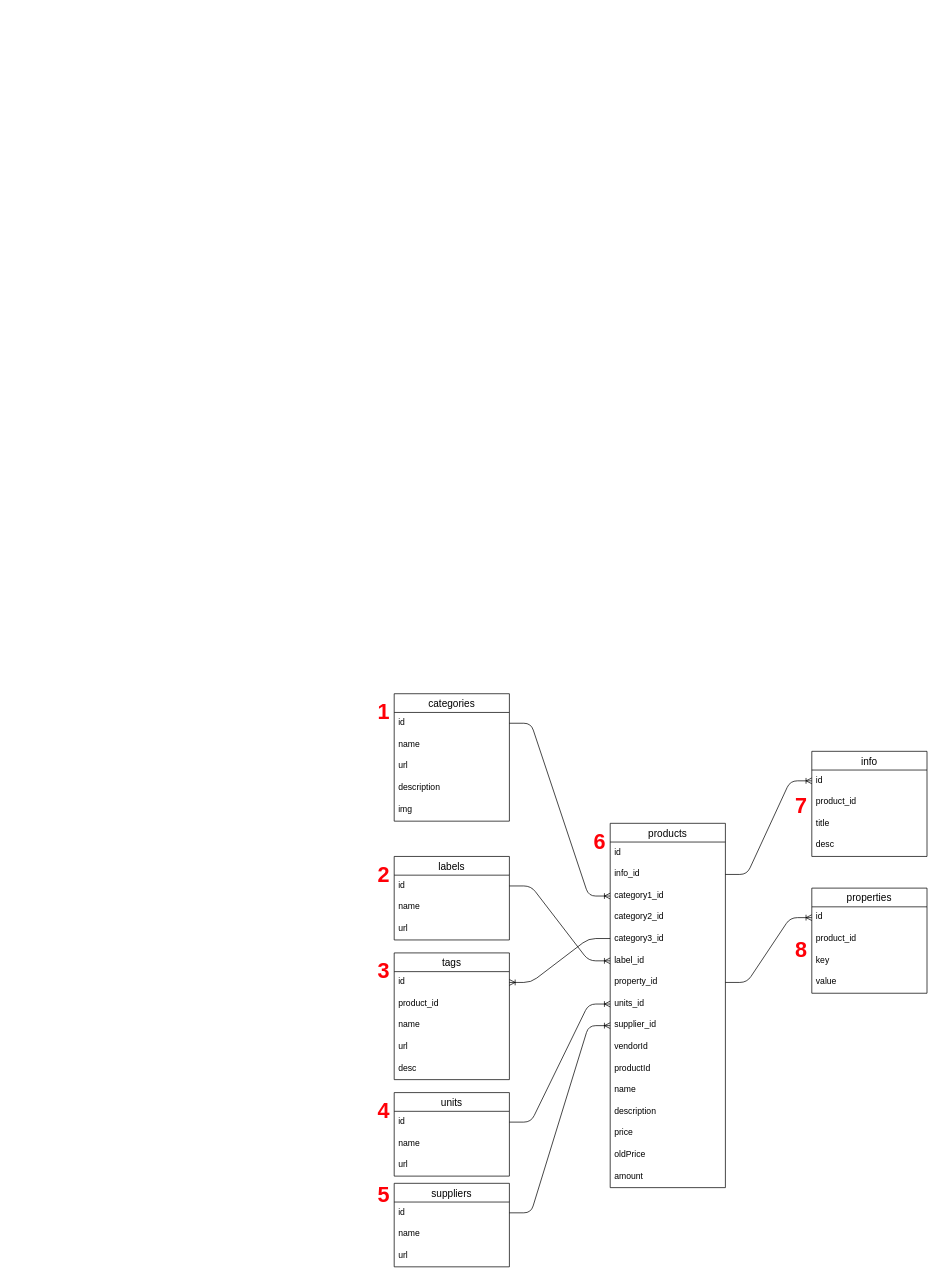
Above: src/db/model/PERN-PostgresSQL-Sheme.drawio in AndrewDrewDev/PERN-Backend-eCommerce (draw.io), before the change. Source tidied: cells renumbered, new cells numbered last; positions are measured from the earlier drawing's top-left corner, leaving out a move shared by most shapes. Both pictures are drawn from the tidied source at 72%, with x=0, y=0 at pixel (372, 693).
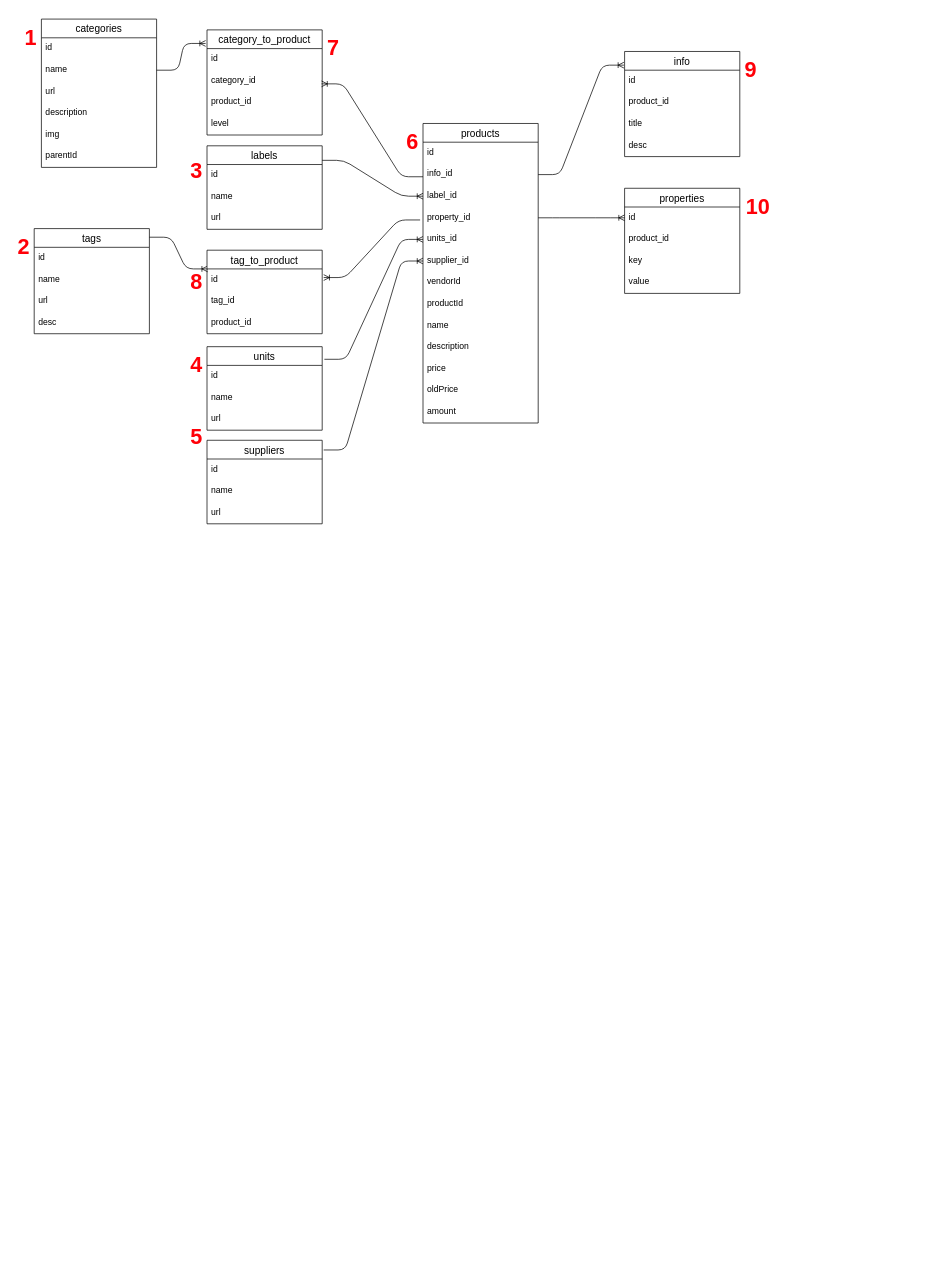
The same page after the edit.

Unchanged cells that the change refers to:
```xml
<mxCell id="4" value="info_id" style="text;strokeColor=none;fillColor=none;spacingLeft=4;spacingRight=4;overflow=hidden;points=[[0,0.5],[1,0.5]];portConstraint=eastwest;fontSize=12;" parent="2" vertex="1">
  <mxGeometry y="56" width="160" height="30" as="geometry" />
</mxCell>
<mxCell id="20" value="id" style="text;strokeColor=none;fillColor=none;spacingLeft=4;spacingRight=4;overflow=hidden;points=[[0,0.5],[1,0.5]];portConstraint=eastwest;fontSize=12;" parent="19" vertex="1">
  <mxGeometry y="26" width="160" height="30" as="geometry" />
</mxCell>
<mxCell id="26" value="id" style="text;strokeColor=none;fillColor=none;spacingLeft=4;spacingRight=4;overflow=hidden;points=[[0,0.5],[1,0.5]];portConstraint=eastwest;fontSize=12;" parent="25" vertex="1">
  <mxGeometry y="26" width="160" height="30" as="geometry" />
</mxCell>
<mxCell id="27" value="name" style="text;strokeColor=none;fillColor=none;spacingLeft=4;spacingRight=4;overflow=hidden;points=[[0,0.5],[1,0.5]];portConstraint=eastwest;fontSize=12;" parent="25" vertex="1">
  <mxGeometry y="56" width="160" height="30" as="geometry" />
</mxCell>
<mxCell id="32" value="id" style="text;strokeColor=none;fillColor=none;spacingLeft=4;spacingRight=4;overflow=hidden;points=[[0,0.5],[1,0.5]];portConstraint=eastwest;fontSize=12;" parent="31" vertex="1">
  <mxGeometry y="26" width="160" height="30" as="geometry" />
</mxCell>
<mxCell id="38" value="id" style="text;strokeColor=none;fillColor=none;spacingLeft=4;spacingRight=4;overflow=hidden;points=[[0,0.5],[1,0.5]];portConstraint=eastwest;fontSize=12;" parent="37" vertex="1">
  <mxGeometry y="26" width="160" height="30" as="geometry" />
</mxCell>
<mxCell id="49" value="id" style="text;strokeColor=none;fillColor=none;spacingLeft=4;spacingRight=4;overflow=hidden;points=[[0,0.5],[1,0.5]];portConstraint=eastwest;fontSize=12;" parent="48" vertex="1">
  <mxGeometry y="26" width="160" height="30" as="geometry" />
</mxCell>
<mxCell id="54" value="id" style="text;strokeColor=none;fillColor=none;spacingLeft=4;spacingRight=4;overflow=hidden;points=[[0,0.5],[1,0.5]];portConstraint=eastwest;fontSize=12;" parent="53" vertex="1">
  <mxGeometry y="26" width="160" height="30" as="geometry" />
</mxCell>
```

What changed in the source:
```diff
@@
     <mxCell id="2" value="products" style="swimlane;fontStyle=0;horizontal=1;startSize=26;align=center;fontSize=14;" parent="1" vertex="1">
-      <mxGeometry x="330" y="180" width="160" height="506" as="geometry" />
+      <mxGeometry x="70" y="-792" width="160" height="416" as="geometry" />
     </mxCell>
@@
-    <mxCell id="5" value="category1_id" style="text;strokeColor=none;fillColor=none;spacingLeft=4;spacingRight=4;overflow=hidden;points=[[0,0.5],[1,0.5]];portConstraint=eastwest;fontSize=12;" parent="2" vertex="1">
-      <mxGeometry y="86" width="160" height="30" as="geometry" />
-    </mxCell>
-    <mxCell id="6" value="category2_id" style="text;strokeColor=none;fillColor=none;spacingLeft=4;spacingRight=4;overflow=hidden;fontSize=12;" parent="2" vertex="1">
-      <mxGeometry y="116" width="160" height="30" as="geometry" />
-    </mxCell>
-    <mxCell id="7" value="category3_id" style="text;strokeColor=none;fillColor=none;spacingLeft=4;spacingRight=4;overflow=hidden;fontSize=12;" parent="2" vertex="1">
-      <mxGeometry y="146" width="160" height="30" as="geometry" />
-    </mxCell>
     <mxCell id="8" value="label_id" style="text;strokeColor=none;fillColor=none;spacingLeft=4;spacingRight=4;overflow=hidden;points=[[0,0.5],[1,0.5]];portConstraint=eastwest;fontSize=12;" parent="2" vertex="1">
-      <mxGeometry y="176" width="160" height="30" as="geometry" />
+      <mxGeometry y="86" width="160" height="30" as="geometry" />
     </mxCell>
     <mxCell id="9" value="property_id&#10;" style="text;strokeColor=none;fillColor=none;spacingLeft=4;spacingRight=4;overflow=hidden;points=[[0,0.5],[1,0.5]];portConstraint=eastwest;fontSize=12;" parent="2" vertex="1">
-      <mxGeometry y="206" width="160" height="30" as="geometry" />
+      <mxGeometry y="116" width="160" height="30" as="geometry" />
     </mxCell>
     <mxCell id="10" value="units_id" style="text;strokeColor=none;fillColor=none;spacingLeft=4;spacingRight=4;overflow=hidden;points=[[0,0.5],[1,0.5]];portConstraint=eastwest;fontSize=12;" parent="2" vertex="1">
-      <mxGeometry y="236" width="160" height="30" as="geometry" />
+      <mxGeometry y="146" width="160" height="30" as="geometry" />
     </mxCell>
     <mxCell id="11" value="supplier_id" style="text;strokeColor=none;fillColor=none;spacingLeft=4;spacingRight=4;overflow=hidden;points=[[0,0.5],[1,0.5]];portConstraint=eastwest;fontSize=12;" parent="2" vertex="1">
-      <mxGeometry y="266" width="160" height="30" as="geometry" />
+      <mxGeometry y="176" width="160" height="30" as="geometry" />
     </mxCell>
     <mxCell id="12" value="vendorId" style="text;strokeColor=none;fillColor=none;spacingLeft=4;spacingRight=4;overflow=hidden;fontSize=12;" parent="2" vertex="1">
-      <mxGeometry y="296" width="160" height="30" as="geometry" />
+      <mxGeometry y="206" width="160" height="30" as="geometry" />
     </mxCell>
     <mxCell id="13" value="productId" style="text;strokeColor=none;fillColor=none;spacingLeft=4;spacingRight=4;overflow=hidden;fontSize=12;" parent="2" vertex="1">
-      <mxGeometry y="326" width="160" height="30" as="geometry" />
+      <mxGeometry y="236" width="160" height="30" as="geometry" />
     </mxCell>
     <mxCell id="14" value="name" style="text;strokeColor=none;fillColor=none;spacingLeft=4;spacingRight=4;overflow=hidden;fontSize=12;" parent="2" vertex="1">
-      <mxGeometry y="356" width="160" height="30" as="geometry" />
+      <mxGeometry y="266" width="160" height="30" as="geometry" />
     </mxCell>
     <mxCell id="15" value="description" style="text;strokeColor=none;fillColor=none;spacingLeft=4;spacingRight=4;overflow=hidden;fontSize=12;" parent="2" vertex="1">
-      <mxGeometry y="386" width="160" height="30" as="geometry" />
+      <mxGeometry y="296" width="160" height="30" as="geometry" />
     </mxCell>
     <mxCell id="16" value="price" style="text;strokeColor=none;fillColor=none;spacingLeft=4;spacingRight=4;overflow=hidden;fontSize=12;" parent="2" vertex="1">
-      <mxGeometry y="416" width="160" height="30" as="geometry" />
+      <mxGeometry y="326" width="160" height="30" as="geometry" />
     </mxCell>
     <mxCell id="17" value="oldPrice" style="text;strokeColor=none;fillColor=none;spacingLeft=4;spacingRight=4;overflow=hidden;fontSize=12;" parent="2" vertex="1">
-      <mxGeometry y="446" width="160" height="30" as="geometry" />
+      <mxGeometry y="356" width="160" height="30" as="geometry" />
     </mxCell>
     <mxCell id="18" value="amount" style="text;strokeColor=none;fillColor=none;spacingLeft=4;spacingRight=4;overflow=hidden;fontSize=12;" parent="2" vertex="1">
-      <mxGeometry y="476" width="160" height="30" as="geometry" />
+      <mxGeometry y="386" width="160" height="30" as="geometry" />
     </mxCell>
     <mxCell id="19" value="info" style="swimlane;fontStyle=0;horizontal=1;startSize=26;align=center;fontSize=14;" parent="1" vertex="1">
-      <mxGeometry x="610" y="80" width="160" height="146" as="geometry" />
+      <mxGeometry x="350" y="-892" width="160" height="146" as="geometry" />
     </mxCell>
@@
-    <mxCell id="24" style="edgeStyle=entityRelationEdgeStyle;fontSize=12;html=1;endArrow=ERoneToMany;entryX=0;entryY=0.5;entryDx=0;entryDy=0;exitX=1;exitY=0.5;exitDx=0;exitDy=0;" parent="1" edge="1" source="4" target="20">
+    <mxCell id="24" style="edgeStyle=entityRelationEdgeStyle;fontSize=12;html=1;endArrow=ERoneToMany;entryX=-0.006;entryY=0.13;entryDx=0;entryDy=0;exitX=1;exitY=0.5;exitDx=0;exitDy=0;entryPerimeter=0;" parent="1" edge="1" source="4" target="19">
       <mxGeometry relative="1" as="geometry" />
     </mxCell>
     <mxCell id="25" value="categories" style="swimlane;fontStyle=0;horizontal=1;startSize=26;align=center;fontSize=14;flipH=1;" parent="1" vertex="1">
-      <mxGeometry x="30" width="160" height="177" as="geometry" />
+      <mxGeometry x="-460" y="-937" width="160" height="206" as="geometry" />
     </mxCell>
@@
     <mxCell id="29" value="description" style="text;strokeColor=none;fillColor=none;spacingLeft=4;spacingRight=4;overflow=hidden;fontSize=12;" parent="25" vertex="1">
-      <mxGeometry y="116" width="160" height="31" as="geometry" />
+      <mxGeometry y="116" width="160" height="30" as="geometry" />
     </mxCell>
     <mxCell id="30" value="img" style="text;strokeColor=none;fillColor=none;spacingLeft=4;spacingRight=4;overflow=hidden;fontSize=12;" parent="25" vertex="1">
-      <mxGeometry y="147" width="160" height="30" as="geometry" />
+      <mxGeometry y="146" width="160" height="30" as="geometry" />
     </mxCell>
+    <mxCell id="68" value="parentId" style="text;strokeColor=none;fillColor=none;spacingLeft=4;spacingRight=4;overflow=hidden;fontSize=12;" parent="25" vertex="1">
+      <mxGeometry y="176" width="160" height="30" as="geometry" />
+    </mxCell>
     <mxCell id="31" value="tags" style="swimlane;fontStyle=0;horizontal=1;startSize=26;align=center;fontSize=14;" parent="1" vertex="1">
-      <mxGeometry x="30" y="360" width="160" height="176" as="geometry" />
+      <mxGeometry x="-470" y="-646" width="160" height="146" as="geometry" />
     </mxCell>
@@
-    <mxCell id="33" value="product_id" style="text;strokeColor=none;fillColor=none;spacingLeft=4;spacingRight=4;overflow=hidden;fontSize=12;" parent="31" vertex="1">
-      <mxGeometry y="56" width="160" height="30" as="geometry" />
-    </mxCell>
     <mxCell id="34" value="name" style="text;strokeColor=none;fillColor=none;spacingLeft=4;spacingRight=4;overflow=hidden;fontSize=12;" parent="31" vertex="1">
-      <mxGeometry y="86" width="160" height="30" as="geometry" />
+      <mxGeometry y="56" width="160" height="30" as="geometry" />
     </mxCell>
     <mxCell id="35" value="url" style="text;strokeColor=none;fillColor=none;spacingLeft=4;spacingRight=4;overflow=hidden;fontSize=12;" parent="31" vertex="1">
-      <mxGeometry y="116" width="160" height="30" as="geometry" />
+      <mxGeometry y="86" width="160" height="30" as="geometry" />
     </mxCell>
     <mxCell id="36" value="desc" style="text;strokeColor=none;fillColor=none;spacingLeft=4;spacingRight=4;overflow=hidden;fontSize=12;" parent="31" vertex="1">
-      <mxGeometry y="146" width="160" height="30" as="geometry" />
+      <mxGeometry y="116" width="160" height="30" as="geometry" />
     </mxCell>
+    <mxCell id="69" style="edgeStyle=entityRelationEdgeStyle;fontSize=12;html=1;endArrow=ERoneToMany;rounded=1;targetPerimeterSpacing=4;startSize=13;entryX=0.006;entryY=0;entryDx=0;entryDy=0;entryPerimeter=0;exitX=1;exitY=0.082;exitDx=0;exitDy=0;exitPerimeter=0;" parent="1" edge="1" source="31" target="77">
+      <mxGeometry relative="1" as="geometry" />
+    </mxCell>
     <mxCell id="37" value="labels" style="swimlane;fontStyle=0;horizontal=1;startSize=26;align=center;fontSize=14;" parent="1" vertex="1">
-      <mxGeometry x="30" y="226" width="160" height="116" as="geometry" />
+      <mxGeometry x="-230" y="-761" width="160" height="116" as="geometry" />
     </mxCell>
@@
-    <mxCell id="41" style="edgeStyle=entityRelationEdgeStyle;fontSize=12;html=1;endArrow=ERoneToMany;startSize=13;targetPerimeterSpacing=4;strokeColor=#000000;exitX=1;exitY=0.5;exitDx=0;exitDy=0;entryX=0;entryY=0.5;entryDx=0;entryDy=0;" parent="1" edge="1" source="38" target="8">
+    <mxCell id="41" style="edgeStyle=entityRelationEdgeStyle;fontSize=12;html=1;endArrow=ERoneToMany;startSize=13;targetPerimeterSpacing=4;strokeColor=#000000;exitX=1;exitY=0.174;exitDx=0;exitDy=0;exitPerimeter=0;entryX=0;entryY=0.5;entryDx=0;entryDy=0;" parent="1" edge="1" source="37" target="8">
       <mxGeometry relative="1" as="geometry" />
     </mxCell>
     <mxCell id="42" value="properties" style="swimlane;fontStyle=0;horizontal=1;startSize=26;align=center;fontSize=14;" parent="1" vertex="1">
-      <mxGeometry x="610" y="270" width="160" height="146" as="geometry" />
+      <mxGeometry x="350" y="-702" width="160" height="146" as="geometry" />
     </mxCell>
@@
+    <mxCell id="70" value="category_to_product" style="swimlane;fontStyle=0;horizontal=1;startSize=26;align=center;fontSize=14;" parent="1" vertex="1">
+      <mxGeometry x="-230" y="-922" width="160" height="146" as="geometry" />
+    </mxCell>
+    <mxCell id="71" value="id" style="text;strokeColor=none;fillColor=none;spacingLeft=4;spacingRight=4;overflow=hidden;fontSize=12;" parent="70" vertex="1">
+      <mxGeometry y="26" width="160" height="30" as="geometry" />
+    </mxCell>
+    <mxCell id="72" value="category_id" style="text;strokeColor=none;fillColor=none;spacingLeft=4;spacingRight=4;overflow=hidden;points=[[0,0.5],[1,0.5]];portConstraint=eastwest;fontSize=12;" parent="70" vertex="1">
+      <mxGeometry y="56" width="160" height="30" as="geometry" />
+    </mxCell>
+    <mxCell id="73" value="product_id" style="text;strokeColor=none;fillColor=none;spacingLeft=4;spacingRight=4;overflow=hidden;fontSize=12;" parent="70" vertex="1">
+      <mxGeometry y="86" width="160" height="30" as="geometry" />
+    </mxCell>
+    <mxCell id="74" value="level" style="text;strokeColor=none;fillColor=none;spacingLeft=4;spacingRight=4;overflow=hidden;fontSize=12;" parent="70" vertex="1">
+      <mxGeometry y="116" width="160" height="30" as="geometry" />
+    </mxCell>
+    <mxCell id="75" style="edgeStyle=entityRelationEdgeStyle;fontSize=12;html=1;endArrow=ERoneToMany;startSize=13;targetPerimeterSpacing=4;strokeColor=#000000;exitX=1;exitY=0.5;exitDx=0;exitDy=0;entryX=-0.012;entryY=0.129;entryDx=0;entryDy=0;entryPerimeter=0;" parent="1" edge="1" source="27" target="70">
+      <mxGeometry relative="1" as="geometry" />
+    </mxCell>
     <mxCell id="48" value="units" style="swimlane;fontStyle=0;horizontal=1;startSize=26;align=center;fontSize=14;" parent="1" vertex="1">
-      <mxGeometry x="30" y="554" width="160" height="116" as="geometry" />
+      <mxGeometry x="-230" y="-482" width="160" height="116" as="geometry" />
     </mxCell>
@@
-    <mxCell id="52" style="edgeStyle=entityRelationEdgeStyle;fontSize=12;html=1;endArrow=ERoneToMany;startSize=13;targetPerimeterSpacing=4;strokeColor=#000000;exitX=1;exitY=0.5;exitDx=0;exitDy=0;entryX=0;entryY=0.5;entryDx=0;entryDy=0;" parent="1" edge="1" source="49" target="10">
+    <mxCell id="52" style="edgeStyle=entityRelationEdgeStyle;fontSize=12;html=1;endArrow=ERoneToMany;startSize=13;targetPerimeterSpacing=4;strokeColor=#000000;exitX=1.019;exitY=0.151;exitDx=0;exitDy=0;exitPerimeter=0;entryX=0;entryY=0.5;entryDx=0;entryDy=0;" parent="1" edge="1" source="48" target="10">
       <mxGeometry relative="1" as="geometry" />
     </mxCell>
     <mxCell id="53" value="suppliers" style="swimlane;fontStyle=0;horizontal=1;startSize=26;align=center;fontSize=14;" parent="1" vertex="1">
-      <mxGeometry x="30" y="680" width="160" height="116" as="geometry" />
+      <mxGeometry x="-230" y="-352" width="160" height="116" as="geometry" />
     </mxCell>
@@
-    <mxCell id="57" style="edgeStyle=entityRelationEdgeStyle;fontSize=12;html=1;endArrow=ERoneToMany;startSize=13;targetPerimeterSpacing=4;strokeColor=#000000;exitX=1;exitY=0.5;exitDx=0;exitDy=0;entryX=0;entryY=0.5;entryDx=0;entryDy=0;" parent="1" edge="1" source="54" target="11">
+    <mxCell id="57" style="edgeStyle=entityRelationEdgeStyle;fontSize=12;html=1;endArrow=ERoneToMany;startSize=13;targetPerimeterSpacing=4;strokeColor=#000000;exitX=1.013;exitY=0.116;exitDx=0;exitDy=0;exitPerimeter=0;entryX=0;entryY=0.5;entryDx=0;entryDy=0;" parent="1" edge="1" source="53" target="11">
       <mxGeometry relative="1" as="geometry" />
     </mxCell>
+    <mxCell id="76" value="tag_to_product" style="swimlane;fontStyle=0;horizontal=1;startSize=26;align=center;fontSize=14;" parent="1" vertex="1">
+      <mxGeometry x="-230" y="-616" width="160" height="116" as="geometry" />
+    </mxCell>
+    <mxCell id="77" value="id" style="text;strokeColor=none;fillColor=none;spacingLeft=4;spacingRight=4;overflow=hidden;points=[[0,0.5],[1,0.5]];portConstraint=eastwest;fontSize=12;" parent="76" vertex="1">
+      <mxGeometry y="26" width="160" height="30" as="geometry" />
+    </mxCell>
+    <mxCell id="78" value="tag_id" style="text;strokeColor=none;fillColor=none;spacingLeft=4;spacingRight=4;overflow=hidden;fontSize=12;" parent="76" vertex="1">
+      <mxGeometry y="56" width="160" height="30" as="geometry" />
+    </mxCell>
+    <mxCell id="79" value="product_id" style="text;strokeColor=none;fillColor=none;spacingLeft=4;spacingRight=4;overflow=hidden;fontSize=12;" parent="76" vertex="1">
+      <mxGeometry y="86" width="160" height="30" as="geometry" />
+    </mxCell>
     <mxCell id="58" value="&lt;h1&gt;&lt;font style=&quot;font-size: 30px&quot;&gt;1&lt;/font&gt;&lt;/h1&gt;" style="text;html=1;align=center;verticalAlign=middle;strokeColor=none;fontColor=#FF0008;" parent="1" vertex="1">
-      <mxGeometry width="30" height="50" as="geometry" />
+      <mxGeometry x="-490" y="-937" width="30" height="50" as="geometry" />
     </mxCell>
-    <mxCell id="59" value="&lt;h1&gt;&lt;font style=&quot;font-size: 30px&quot;&gt;7&lt;/font&gt;&lt;/h1&gt;" style="text;html=1;align=center;verticalAlign=middle;strokeColor=none;fontColor=#FF0008;" parent="1" vertex="1">
-      <mxGeometry x="580" y="130" width="30" height="50" as="geometry" />
+    <mxCell id="59" value="&lt;h1&gt;&lt;font style=&quot;font-size: 30px&quot;&gt;2&lt;/font&gt;&lt;/h1&gt;" style="text;html=1;align=center;verticalAlign=middle;strokeColor=none;fontColor=#FF0008;" parent="1" vertex="1">
+      <mxGeometry x="-500" y="-646" width="30" height="50" as="geometry" />
     </mxCell>
     <mxCell id="60" value="&lt;h1&gt;&lt;font style=&quot;font-size: 30px&quot;&gt;3&lt;/font&gt;&lt;/h1&gt;" style="text;html=1;align=center;verticalAlign=middle;strokeColor=none;fontColor=#FF0008;" parent="1" vertex="1">
-      <mxGeometry y="360" width="30" height="50" as="geometry" />
+      <mxGeometry x="-260" y="-752" width="30" height="50" as="geometry" />
     </mxCell>
     <mxCell id="61" value="&lt;h1&gt;&lt;font style=&quot;font-size: 30px&quot;&gt;4&lt;/font&gt;&lt;/h1&gt;" style="text;html=1;align=center;verticalAlign=middle;strokeColor=none;fontColor=#FF0008;" parent="1" vertex="1">
-      <mxGeometry y="554" width="30" height="50" as="geometry" />
+      <mxGeometry x="-260" y="-482" width="30" height="50" as="geometry" />
     </mxCell>
     <mxCell id="62" value="&lt;h1&gt;&lt;span style=&quot;font-size: 30px&quot;&gt;5&lt;/span&gt;&lt;/h1&gt;" style="text;html=1;align=center;verticalAlign=middle;strokeColor=none;fontColor=#FF0008;" parent="1" vertex="1">
-      <mxGeometry y="670" width="30" height="50" as="geometry" />
+      <mxGeometry x="-260" y="-382" width="30" height="50" as="geometry" />
     </mxCell>
     <mxCell id="63" value="&lt;h1&gt;&lt;font style=&quot;font-size: 30px&quot;&gt;6&lt;/font&gt;&lt;/h1&gt;" style="text;html=1;align=center;verticalAlign=middle;strokeColor=none;fontColor=#FF0008;" parent="1" vertex="1">
-      <mxGeometry x="300" y="180" width="30" height="50" as="geometry" />
+      <mxGeometry x="40" y="-792" width="30" height="50" as="geometry" />
     </mxCell>
+    <mxCell id="80" value="&lt;h1&gt;&lt;font style=&quot;font-size: 30px&quot;&gt;7&lt;/font&gt;&lt;/h1&gt;" style="text;html=1;align=center;verticalAlign=middle;strokeColor=none;fontColor=#FF0008;" parent="1" vertex="1">
+      <mxGeometry x="-70" y="-922" width="30" height="50" as="geometry" />
+    </mxCell>
     <mxCell id="64" value="&lt;h1&gt;&lt;font style=&quot;font-size: 30px&quot;&gt;8&lt;/font&gt;&lt;/h1&gt;" style="text;html=1;align=center;verticalAlign=middle;strokeColor=none;fontColor=#FF0008;" parent="1" vertex="1">
-      <mxGeometry x="580" y="330" width="30" height="50" as="geometry" />
+      <mxGeometry x="-260" y="-598" width="30" height="50" as="geometry" />
     </mxCell>
-    <mxCell id="65" style="edgeStyle=entityRelationEdgeStyle;fontSize=12;html=1;endArrow=ERoneToMany;exitX=1;exitY=0.5;exitDx=0;exitDy=0;entryX=0;entryY=0.5;entryDx=0;entryDy=0;" parent="1" edge="1" source="26" target="5">
-      <mxGeometry relative="1" as="geometry" />
-    </mxCell>
-    <mxCell id="66" value="&lt;h1&gt;&lt;font style=&quot;font-size: 30px&quot;&gt;2&lt;/font&gt;&lt;/h1&gt;" style="text;html=1;align=center;verticalAlign=middle;strokeColor=none;fontColor=#FF0008;" parent="1" vertex="1">
-      <mxGeometry y="226" width="30" height="50" as="geometry" />
-    </mxCell>
-    <mxCell id="67" style="edgeStyle=entityRelationEdgeStyle;fontSize=12;html=1;endArrow=none;startArrow=ERoneToMany;startFill=0;endFill=0;exitX=1;exitY=0.5;exitDx=0;exitDy=0;" parent="1" edge="1" source="32">
-      <mxGeometry relative="1" as="geometry">
-        <mxPoint x="330" y="340" as="targetPoint" />
-      </mxGeometry>
-    </mxCell>
+    <mxCell id="81" value="&lt;h1&gt;&lt;font style=&quot;font-size: 30px&quot;&gt;10&lt;/font&gt;&lt;/h1&gt;" style="text;html=1;align=center;verticalAlign=middle;strokeColor=none;fontColor=#FF0008;" parent="1" vertex="1">
+      <mxGeometry x="510" y="-702" width="50" height="50" as="geometry" />
+    </mxCell>
+    <mxCell id="82" value="&lt;h1&gt;&lt;font style=&quot;font-size: 30px&quot;&gt;9&lt;/font&gt;&lt;/h1&gt;" style="text;html=1;align=center;verticalAlign=middle;strokeColor=none;fontColor=#FF0008;" parent="1" vertex="1">
+      <mxGeometry x="510" y="-892" width="30" height="50" as="geometry" />
+    </mxCell>
+    <mxCell id="83" style="edgeStyle=entityRelationEdgeStyle;fontSize=12;html=1;endArrow=none;fontColor=#FF0008;verticalAlign=middle;startArrow=ERoneToMany;startFill=0;endFill=0;exitX=0.994;exitY=0.633;exitDx=0;exitDy=0;exitPerimeter=0;entryX=0;entryY=0.6;entryDx=0;entryDy=0;entryPerimeter=0;" parent="1" edge="1" source="72" target="4">
+      <mxGeometry relative="1" as="geometry" />
+    </mxCell>
+    <mxCell id="84" style="edgeStyle=entityRelationEdgeStyle;fontSize=12;html=1;endArrow=none;fontColor=#FF0008;verticalAlign=middle;startArrow=ERoneToMany;startFill=0;endFill=0;exitX=1.013;exitY=0.4;exitDx=0;exitDy=0;exitPerimeter=0;entryX=-0.025;entryY=0.6;entryDx=0;entryDy=0;entryPerimeter=0;" parent="1" edge="1" source="77" target="9">
+      <mxGeometry relative="1" as="geometry" />
+    </mxCell>
```
